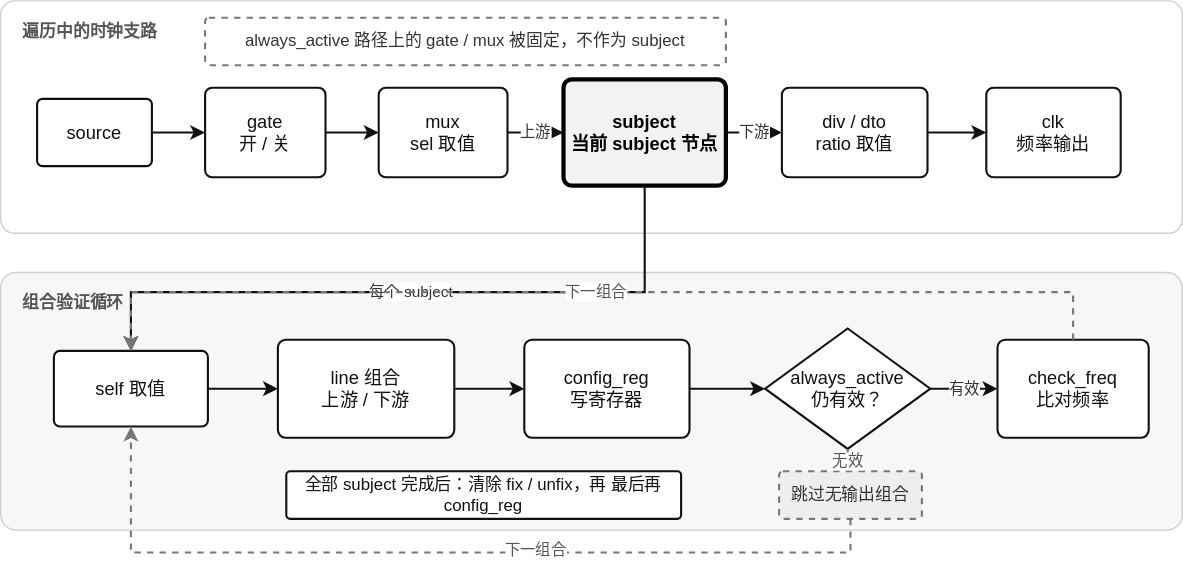
The draw.io diagram src/sv/agent/clock_tree/images/test_route.drawio.svg in XiaoHui2023/templates, before a commit. Source tidied: cells renumbered, new cells last; positions are measured from the earlier drawing's top-left corner, leaving out a move shared by most shapes.
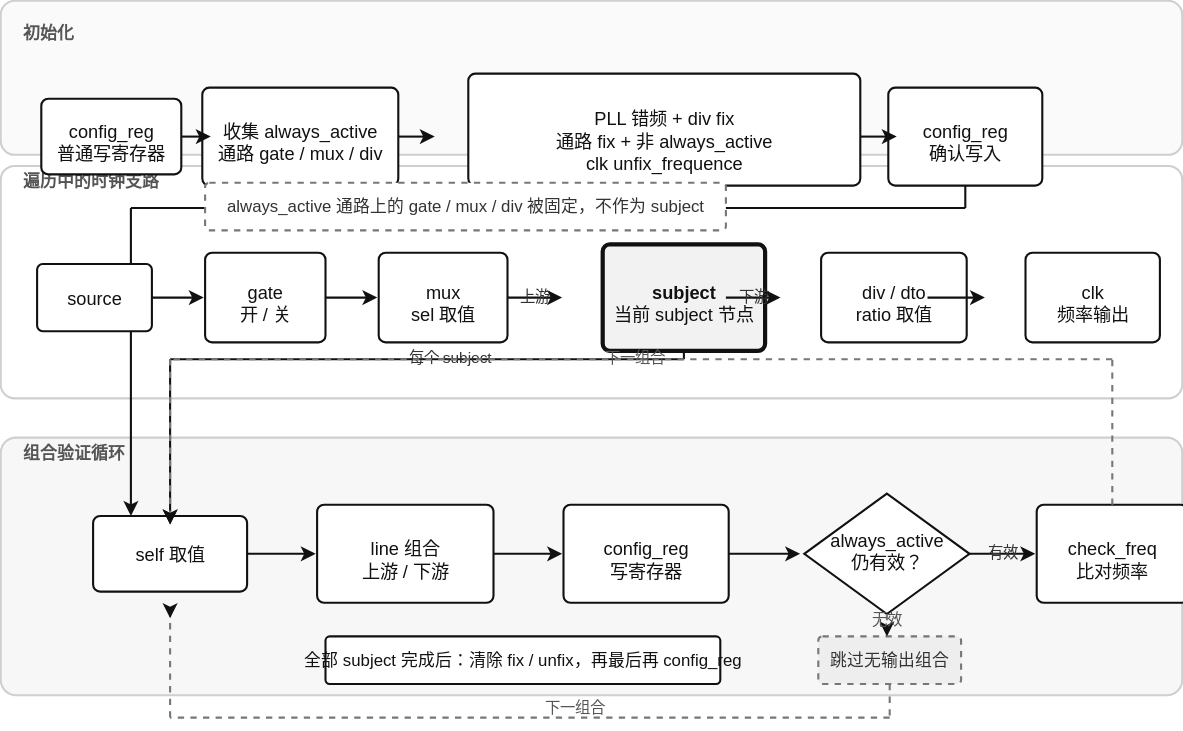
Above is the later version.

Commit message:
clock_tree: test_route defers pin policy until after baseline config_reg and pins always_active div path.

Diff of the diagram source:
```diff
@@ -1,75 +1,108 @@
 <mxGraphModel>
   <root>
-    <mxCell id="0" />
+    <mxCell id="0" parent="1" />
     <mxCell id="1" parent="0" />
+    <mxCell id="31" value="初始化" style="rounded=1;whiteSpace=wrap;html=1;fillColor=#fafafa;strokeColor=#cfcfcf;fontColor=#555555;align=left;verticalAlign=top;spacingLeft=14;spacingTop=8;fontSize=12;fontStyle=1;arcSize=6;" parent="1" vertex="1">
+      <mxGeometry x="28" y="28" width="844" height="110" as="geometry" />
+    </mxCell>
     <mxCell id="2" value="遍历中的时钟支路" style="rounded=1;whiteSpace=wrap;html=1;fillColor=#ffffff;strokeColor=#cfcfcf;fontColor=#555555;align=left;verticalAlign=top;spacingLeft=14;spacingTop=8;fontSize=12;fontStyle=1;arcSize=6;" parent="1" vertex="1">
-      <mxGeometry width="844" height="166" as="geometry" />
+      <mxGeometry x="28" y="146" width="844" height="166" as="geometry" />
     </mxCell>
     <mxCell id="3" value="组合验证循环" style="rounded=1;whiteSpace=wrap;html=1;fillColor=#f7f7f7;strokeColor=#cfcfcf;fontColor=#555555;align=left;verticalAlign=top;spacingLeft=14;spacingTop=8;fontSize=12;fontStyle=1;arcSize=6;" parent="1" vertex="1">
-      <mxGeometry y="194" width="844" height="184" as="geometry" />
+      <mxGeometry x="28" y="340" width="844" height="184" as="geometry" />
     </mxCell>
+    <mxCell id="32" value="config_reg&amp;#10;普通写寄存器" style="rounded=1;whiteSpace=wrap;html=1;fillColor=#ffffff;strokeColor=#111111;strokeWidth=1.5;fontSize=13;fontColor=#111111;arcSize=8;" parent="1" vertex="1">
+      <mxGeometry x="54" y="70" width="100" height="54" as="geometry" />
+    </mxCell>
+    <mxCell id="33" value="收集 always_active&amp;#10;通路 gate / mux" style="rounded=1;whiteSpace=wrap;html=1;fillColor=#ffffff;strokeColor=#111111;strokeWidth=1.5;fontSize=13;fontColor=#111111;arcSize=8;" parent="1" vertex="1">
+      <mxGeometry x="174" y="62" width="140" height="70" as="geometry" />
+    </mxCell>
+    <mxCell id="34" value="PLL 错频 + div fix&amp;#10;通路 fix + 非 always_active&amp;#10;clk unfix_frequence" style="rounded=1;whiteSpace=wrap;html=1;fillColor=#ffffff;strokeColor=#111111;strokeWidth=1.5;fontSize=13;fontColor=#111111;arcSize=8;" parent="1" vertex="1">
+      <mxGeometry x="334" y="52" width="280" height="80" as="geometry" />
+    </mxCell>
+    <mxCell id="35" value="config_reg&amp;#10;确认写入" style="rounded=1;whiteSpace=wrap;html=1;fillColor=#ffffff;strokeColor=#111111;strokeWidth=1.5;fontSize=13;fontColor=#111111;arcSize=8;" parent="1" vertex="1">
+      <mxGeometry x="634" y="62" width="110" height="70" as="geometry" />
+    </mxCell>
+    <mxCell id="36" style="edgeStyle=orthogonalEdgeStyle;rounded=0;html=1;endArrow=classic;endFill=1;strokeColor=#111111;strokeWidth=1.5;" parent="1" edge="1" source="32" target="33">
+      <mxGeometry relative="1" as="geometry" />
+    </mxCell>
+    <mxCell id="37" style="edgeStyle=orthogonalEdgeStyle;rounded=0;html=1;endArrow=classic;endFill=1;strokeColor=#111111;strokeWidth=1.5;" parent="1" edge="1" source="33" target="34">
+      <mxGeometry relative="1" as="geometry" />
+    </mxCell>
+    <mxCell id="38" style="edgeStyle=orthogonalEdgeStyle;rounded=0;html=1;endArrow=classic;endFill=1;strokeColor=#111111;strokeWidth=1.5;" parent="1" edge="1" source="34" target="35">
+      <mxGeometry relative="1" as="geometry" />
+    </mxCell>
+    <mxCell id="39" value="正式测试" style="edgeStyle=orthogonalEdgeStyle;rounded=0;html=1;endArrow=classic;endFill=1;strokeColor=#111111;strokeWidth=1.5;fontSize=11;fontColor=#333333;" parent="1" edge="1" source="35" target="11">
+      <mxGeometry relative="1" as="geometry">
+        <Array as="points">
+          <mxPoint x="689" y="148" />
+          <mxPoint x="121" y="148" />
+          <mxPoint x="121" y="390" />
+        </Array>
+      </mxGeometry>
+    </mxCell>
     <mxCell id="4" value="source" style="rounded=1;whiteSpace=wrap;html=1;fillColor=#ffffff;strokeColor=#111111;strokeWidth=1.5;fontSize=13;fontColor=#111111;arcSize=8;" parent="1" vertex="1">
-      <mxGeometry x="26" y="70" width="82" height="48" as="geometry" />
+      <mxGeometry x="54" y="216" width="82" height="48" as="geometry" />
     </mxCell>
-    <mxCell id="5" value="gate&#10;开 / 关" style="rounded=1;whiteSpace=wrap;html=1;fillColor=#ffffff;strokeColor=#111111;strokeWidth=1.5;fontSize=13;fontColor=#111111;arcSize=8;" parent="1" vertex="1">
-      <mxGeometry x="146" y="62" width="86" height="64" as="geometry" />
+    <mxCell id="5" value="gate&amp;#10;开 / 关" style="rounded=1;whiteSpace=wrap;html=1;fillColor=#ffffff;strokeColor=#111111;strokeWidth=1.5;fontSize=13;fontColor=#111111;arcSize=8;" parent="1" vertex="1">
+      <mxGeometry x="174" y="208" width="86" height="64" as="geometry" />
     </mxCell>
-    <mxCell id="6" value="mux&#10;sel 取值" style="rounded=1;whiteSpace=wrap;html=1;fillColor=#ffffff;strokeColor=#111111;strokeWidth=1.5;fontSize=13;fontColor=#111111;arcSize=8;" parent="1" vertex="1">
-      <mxGeometry x="270" y="62" width="92" height="64" as="geometry" />
+    <mxCell id="6" value="mux&amp;#10;sel 取值" style="rounded=1;whiteSpace=wrap;html=1;fillColor=#ffffff;strokeColor=#111111;strokeWidth=1.5;fontSize=13;fontColor=#111111;arcSize=8;" parent="1" vertex="1">
+      <mxGeometry x="298" y="208" width="92" height="64" as="geometry" />
     </mxCell>
-    <mxCell id="7" value="subject&#10;当前 subject 节点" style="rounded=1;whiteSpace=wrap;html=1;fillColor=#f2f2f2;strokeColor=#000000;strokeWidth=3;fontSize=13;fontStyle=1;fontColor=#000000;arcSize=8;" parent="1" vertex="1">
-      <mxGeometry x="402" y="56" width="116" height="76" as="geometry" />
+    <mxCell id="7" value="subject&amp;#10;当前 subject 节点" style="rounded=1;whiteSpace=wrap;html=1;fillColor=#f2f2f2;strokeColor=#000000;strokeWidth=3;fontSize=13;fontStyle=1;fontColor=#000000;arcSize=8;" parent="1" vertex="1">
+      <mxGeometry x="430" y="202" width="116" height="76" as="geometry" />
     </mxCell>
-    <mxCell id="8" value="div / dto&#10;ratio 取值" style="rounded=1;whiteSpace=wrap;html=1;fillColor=#ffffff;strokeColor=#111111;strokeWidth=1.5;fontSize=13;fontColor=#111111;arcSize=8;" parent="1" vertex="1">
-      <mxGeometry x="558" y="62" width="104" height="64" as="geometry" />
+    <mxCell id="8" value="div / dto&amp;#10;ratio 取值" style="rounded=1;whiteSpace=wrap;html=1;fillColor=#ffffff;strokeColor=#111111;strokeWidth=1.5;fontSize=13;fontColor=#111111;arcSize=8;" parent="1" vertex="1">
+      <mxGeometry x="586" y="208" width="104" height="64" as="geometry" />
     </mxCell>
-    <mxCell id="9" value="clk&#10;频率输出" style="rounded=1;whiteSpace=wrap;html=1;fillColor=#ffffff;strokeColor=#111111;strokeWidth=1.5;fontSize=13;fontColor=#111111;arcSize=8;" parent="1" vertex="1">
-      <mxGeometry x="704" y="62" width="96" height="64" as="geometry" />
+    <mxCell id="9" value="clk&amp;#10;频率输出" style="rounded=1;whiteSpace=wrap;html=1;fillColor=#ffffff;strokeColor=#111111;strokeWidth=1.5;fontSize=13;fontColor=#111111;arcSize=8;" parent="1" vertex="1">
+      <mxGeometry x="732" y="208" width="96" height="64" as="geometry" />
     </mxCell>
-    <mxCell id="10" value="always_active 路径上的 gate / mux 被固定，不作为 subject" style="rounded=1;whiteSpace=wrap;html=1;fillColor=#ffffff;strokeColor=#777777;dashed=1;strokeWidth=1.5;fontSize=12;fontColor=#333333;arcSize=8;" parent="1" vertex="1">
-      <mxGeometry x="146" y="12" width="372" height="34" as="geometry" />
+    <mxCell id="10" value="always_active 通路上的 gate / mux 被固定，不作为 subject" style="rounded=1;whiteSpace=wrap;html=1;fillColor=#ffffff;strokeColor=#777777;dashed=1;strokeWidth=1.5;fontSize=12;fontColor=#333333;arcSize=8;" parent="1" vertex="1">
+      <mxGeometry x="174" y="158" width="372" height="34" as="geometry" />
     </mxCell>
+    <mxCell id="18" style="edgeStyle=orthogonalEdgeStyle;rounded=0;html=1;endArrow=classic;endFill=1;strokeColor=#111111;strokeWidth=1.5;" parent="1" edge="1" source="4" target="5">
+      <mxGeometry relative="1" as="geometry" />
+    </mxCell>
+    <mxCell id="19" style="edgeStyle=orthogonalEdgeStyle;rounded=0;html=1;endArrow=classic;endFill=1;strokeColor=#111111;strokeWidth=1.5;" parent="1" edge="1" source="5" target="6">
+      <mxGeometry relative="1" as="geometry" />
+    </mxCell>
+    <mxCell id="20" value="上游" style="edgeStyle=orthogonalEdgeStyle;rounded=0;html=1;endArrow=classic;endFill=1;strokeColor=#111111;strokeWidth=1.5;fontSize=11;fontColor=#333333;" parent="1" edge="1" source="6" target="7">
+      <mxGeometry relative="1" as="geometry" />
+    </mxCell>
+    <mxCell id="21" value="下游" style="edgeStyle=orthogonalEdgeStyle;rounded=0;html=1;endArrow=classic;endFill=1;strokeColor=#111111;strokeWidth=1.5;fontSize=11;fontColor=#333333;" parent="1" edge="1" source="7" target="8">
+      <mxGeometry relative="1" as="geometry" />
+    </mxCell>
+    <mxCell id="22" style="edgeStyle=orthogonalEdgeStyle;rounded=0;html=1;endArrow=classic;endFill=1;strokeColor=#111111;strokeWidth=1.5;" parent="1" edge="1" source="8" target="9">
+      <mxGeometry relative="1" as="geometry" />
+    </mxCell>
     <mxCell id="11" value="self 取值" style="rounded=1;whiteSpace=wrap;html=1;fillColor=#ffffff;strokeColor=#111111;strokeWidth=1.5;fontSize=13;fontColor=#111111;arcSize=8;" parent="1" vertex="1">
-      <mxGeometry x="38" y="250" width="110" height="54" as="geometry" />
+      <mxGeometry x="66" y="396" width="110" height="54" as="geometry" />
     </mxCell>
-    <mxCell id="12" value="line 组合&#10;上游 / 下游" style="rounded=1;whiteSpace=wrap;html=1;fillColor=#ffffff;strokeColor=#111111;strokeWidth=1.5;fontSize=13;fontColor=#111111;arcSize=8;" parent="1" vertex="1">
-      <mxGeometry x="198" y="242" width="126" height="70" as="geometry" />
+    <mxCell id="12" value="line 组合&amp;#10;上游 / 下游" style="rounded=1;whiteSpace=wrap;html=1;fillColor=#ffffff;strokeColor=#111111;strokeWidth=1.5;fontSize=13;fontColor=#111111;arcSize=8;" parent="1" vertex="1">
+      <mxGeometry x="226" y="388" width="126" height="70" as="geometry" />
     </mxCell>
-    <mxCell id="13" value="config_reg&#10;写寄存器" style="rounded=1;whiteSpace=wrap;html=1;fillColor=#ffffff;strokeColor=#111111;strokeWidth=1.5;fontSize=13;fontColor=#111111;arcSize=8;" parent="1" vertex="1">
-      <mxGeometry x="374" y="242" width="118" height="70" as="geometry" />
+    <mxCell id="13" value="config_reg&amp;#10;写寄存器" style="rounded=1;whiteSpace=wrap;html=1;fillColor=#ffffff;strokeColor=#111111;strokeWidth=1.5;fontSize=13;fontColor=#111111;arcSize=8;" parent="1" vertex="1">
+      <mxGeometry x="402" y="388" width="118" height="70" as="geometry" />
     </mxCell>
-    <mxCell id="14" value="always_active&#10;仍有效？" style="rhombus;whiteSpace=wrap;html=1;fillColor=#ffffff;strokeColor=#111111;strokeWidth=1.5;fontSize=13;fontColor=#111111;" parent="1" vertex="1">
-      <mxGeometry x="546" y="234" width="118" height="86" as="geometry" />
+    <mxCell id="14" value="always_active&amp;#10;仍有效？" style="rhombus;whiteSpace=wrap;html=1;fillColor=#ffffff;strokeColor=#111111;strokeWidth=1.5;fontSize=13;fontColor=#111111;" parent="1" vertex="1">
+      <mxGeometry x="574" y="380" width="118" height="86" as="geometry" />
     </mxCell>
-    <mxCell id="15" value="check_freq&#10;比对频率" style="rounded=1;whiteSpace=wrap;html=1;fillColor=#ffffff;strokeColor=#111111;strokeWidth=1.5;fontSize=13;fontColor=#111111;arcSize=8;" parent="1" vertex="1">
-      <mxGeometry x="712" y="242" width="108" height="70" as="geometry" />
+    <mxCell id="15" value="check_freq&amp;#10;比对频率" style="rounded=1;whiteSpace=wrap;html=1;fillColor=#ffffff;strokeColor=#111111;strokeWidth=1.5;fontSize=13;fontColor=#111111;arcSize=8;" parent="1" vertex="1">
+      <mxGeometry x="740" y="388" width="108" height="70" as="geometry" />
     </mxCell>
     <mxCell id="16" value="跳过无输出组合" style="rounded=1;whiteSpace=wrap;html=1;fillColor=#eeeeee;strokeColor=#777777;dashed=1;strokeWidth=1.5;fontSize=12;fontColor=#333333;arcSize=8;" parent="1" vertex="1">
-      <mxGeometry x="556" y="336" width="102" height="34" as="geometry" />
+      <mxGeometry x="584" y="482" width="102" height="34" as="geometry" />
     </mxCell>
-    <mxCell id="17" value="全部 subject 完成后：清除 fix / unfix，再 最后再 config_reg" style="rounded=1;whiteSpace=wrap;html=1;fillColor=#ffffff;strokeColor=#111111;strokeWidth=1.5;fontSize=12;fontColor=#111111;arcSize=8;" parent="1" vertex="1">
-      <mxGeometry x="204" y="336" width="282" height="34" as="geometry" />
+    <mxCell id="17" value="全部 subject 完成后：清除 fix / unfix，再最后再 config_reg" style="rounded=1;whiteSpace=wrap;html=1;fillColor=#ffffff;strokeColor=#111111;strokeWidth=1.5;fontSize=12;fontColor=#111111;arcSize=8;" parent="1" vertex="1">
+      <mxGeometry x="232" y="482" width="282" height="34" as="geometry" />
     </mxCell>
-    <mxCell id="18" style="edgeStyle=orthogonalEdgeStyle;rounded=0;html=1;endArrow=classic;endFill=1;strokeColor=#111111;strokeWidth=1.5;" parent="1" edge="1" source="4" target="5">
-      <mxGeometry relative="1" as="geometry" />
-    </mxCell>
-    <mxCell id="19" style="edgeStyle=orthogonalEdgeStyle;rounded=0;html=1;endArrow=classic;endFill=1;strokeColor=#111111;strokeWidth=1.5;" parent="1" edge="1" source="5" target="6">
-      <mxGeometry relative="1" as="geometry" />
-    </mxCell>
-    <mxCell id="20" value="上游" style="edgeStyle=orthogonalEdgeStyle;rounded=0;html=1;endArrow=classic;endFill=1;strokeColor=#111111;strokeWidth=1.5;fontSize=11;fontColor=#333333;" parent="1" edge="1" source="6" target="7">
-      <mxGeometry relative="1" as="geometry" />
-    </mxCell>
-    <mxCell id="21" value="下游" style="edgeStyle=orthogonalEdgeStyle;rounded=0;html=1;endArrow=classic;endFill=1;strokeColor=#111111;strokeWidth=1.5;fontSize=11;fontColor=#333333;" parent="1" edge="1" source="7" target="8">
-      <mxGeometry relative="1" as="geometry" />
-    </mxCell>
-    <mxCell id="22" style="edgeStyle=orthogonalEdgeStyle;rounded=0;html=1;endArrow=classic;endFill=1;strokeColor=#111111;strokeWidth=1.5;" parent="1" edge="1" source="8" target="9">
-      <mxGeometry relative="1" as="geometry" />
-    </mxCell>
     <mxCell id="23" value="每个 subject" style="edgeStyle=orthogonalEdgeStyle;rounded=0;html=1;endArrow=classic;endFill=1;strokeColor=#111111;strokeWidth=1.5;fontSize=11;fontColor=#333333;" parent="1" edge="1" source="7" target="11">
       <mxGeometry relative="1" as="geometry">
         <Array as="points">
-          <mxPoint x="460" y="208" />
-          <mxPoint x="93" y="208" />
+          <mxPoint x="488" y="284" />
+          <mxPoint x="121" y="284" />
         </Array>
       </mxGeometry>
     </mxCell>
@@ -85,22 +118,22 @@
     <mxCell id="27" value="有效" style="edgeStyle=orthogonalEdgeStyle;rounded=0;html=1;endArrow=classic;endFill=1;strokeColor=#111111;strokeWidth=1.5;fontSize=11;fontColor=#333333;" parent="1" edge="1" source="14" target="15">
       <mxGeometry relative="1" as="geometry" />
     </mxCell>
-    <mxCell id="28" value="无效" style="edgeStyle=orthogonalEdgeStyle;rounded=0;html=1;endArrow=classic;endFill=1;strokeColor=#777777;strokeWidth=1.5;dashed=1;fontSize=11;fontColor=#555555;" parent="1" edge="1" source="14" target="16">
+    <mxCell id="28" value="无效" style="edgeStyle=orthogonalEdgeStyle;rounded=0;html=1;endArrow=classic;endFill=1;strokeColor=#111111;strokeWidth=1.5;strokeColor=#777777;dashed=1;fontSize=11;fontColor=#555555;" parent="1" edge="1" source="14" target="16">
       <mxGeometry relative="1" as="geometry" />
     </mxCell>
-    <mxCell id="29" value="下一组合" style="edgeStyle=orthogonalEdgeStyle;rounded=0;html=1;endArrow=classic;endFill=1;strokeColor=#777777;strokeWidth=1.5;dashed=1;fontSize=11;fontColor=#555555;" parent="1" edge="1" source="15" target="11">
+    <mxCell id="29" value="下一组合" style="edgeStyle=orthogonalEdgeStyle;rounded=0;html=1;endArrow=classic;endFill=1;strokeColor=#111111;strokeWidth=1.5;strokeColor=#777777;dashed=1;fontSize=11;fontColor=#555555;" parent="1" edge="1" source="15" target="11">
       <mxGeometry relative="1" as="geometry">
         <Array as="points">
-          <mxPoint x="766" y="208" />
-          <mxPoint x="93" y="208" />
+          <mxPoint x="794" y="284" />
+          <mxPoint x="121" y="284" />
         </Array>
       </mxGeometry>
     </mxCell>
-    <mxCell id="30" value="下一组合" style="edgeStyle=orthogonalEdgeStyle;rounded=0;html=1;endArrow=classic;endFill=1;strokeColor=#777777;strokeWidth=1.5;dashed=1;fontSize=11;fontColor=#555555;" parent="1" edge="1" source="16" target="11">
-      <mxGeometry x="-0.21" y="-2" relative="1" as="geometry">
+    <mxCell id="30" value="下一组合" style="edgeStyle=orthogonalEdgeStyle;rounded=0;html=1;endArrow=classic;endFill=1;strokeColor=#111111;strokeWidth=1.5;strokeColor=#777777;dashed=1;fontSize=11;fontColor=#555555;" parent="1" edge="1" source="16" target="11">
+      <mxGeometry relative="1" as="geometry">
         <Array as="points">
-          <mxPoint x="607" y="394" />
-          <mxPoint x="93" y="394" />
+          <mxPoint x="635" y="540" />
+          <mxPoint x="121" y="540" />
         </Array>
       </mxGeometry>
     </mxCell>
```
